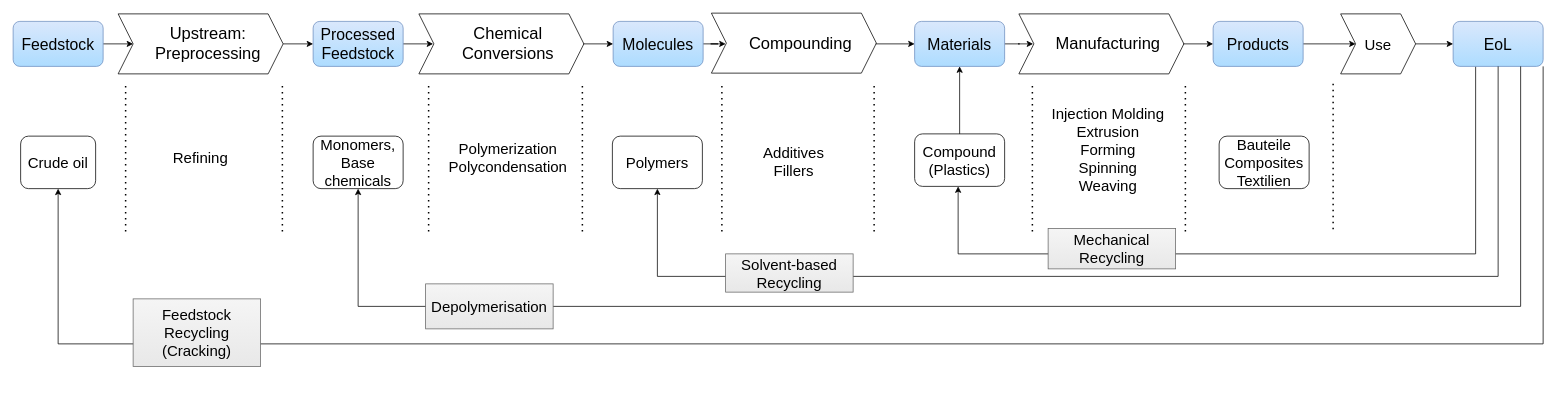
Earlier version of the draw.io diagram DT-ValueChain.drawio (kay-squared/PyTorchLearn). Source tidied: cells renumbered, new cells numbered last; positions are measured from the earlier drawing's top-left corner, leaving out a move shared by most shapes. Both pictures are drawn from the tidied source at 75%, with x=0, y=0 at pixel (13, 13).
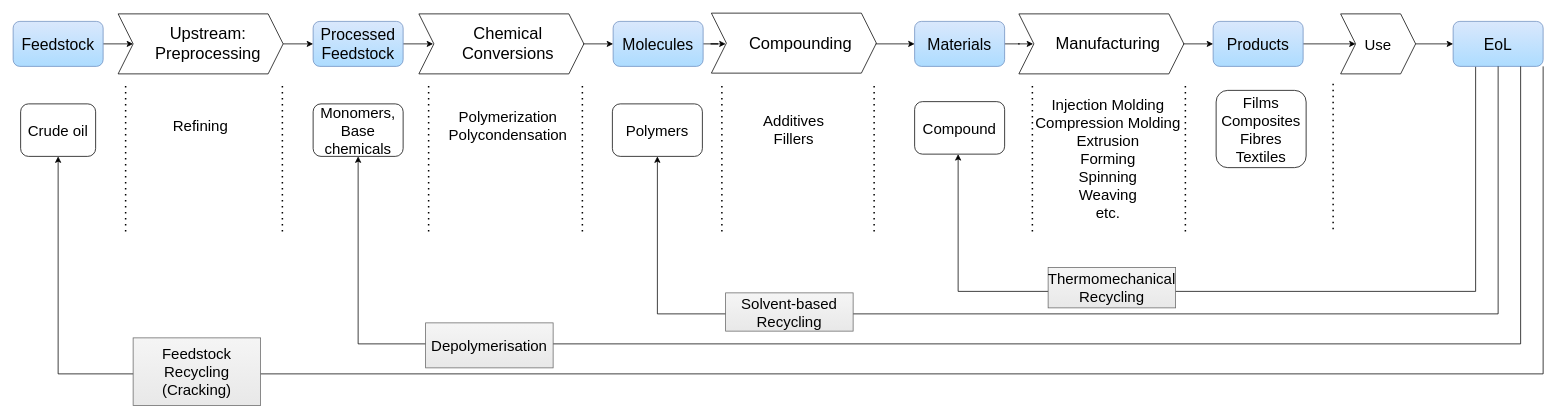
The same page after the edit.

The change refers to these unchanged cells:
```xml
<mxCell id="9" value="Materials" style="rounded=1;whiteSpace=wrap;html=1;fontSize=21;fontFamily=Rubik light;fillColor=#DAE8FC;strokeColor=#6c8ebf;gradientColor=#ADDCFF;" parent="1" vertex="1">
  <mxGeometry x="1202" y="11" width="120" height="60" as="geometry" />
</mxCell>
<mxCell id="43" value="EoL" style="rounded=1;whiteSpace=wrap;html=1;fontSize=21;fontFamily=Rubik light;fillColor=#DAE8FC;strokeColor=#6c8ebf;gradientColor=#ADDCFF;" parent="1" vertex="1">
  <mxGeometry x="1920" y="11" width="120" height="60" as="geometry" />
</mxCell>
```

What changed in the source:
```diff
@@
     <mxCell id="20" value="Crude oil" style="text;html=1;align=center;verticalAlign=middle;whiteSpace=wrap;rounded=1;fontFamily=Rubik light;fontSize=20;strokeColor=default;" parent="1" vertex="1">
-      <mxGeometry x="10" y="164" width="100" height="70" as="geometry" />
+      <mxGeometry x="10" y="121" width="100" height="70" as="geometry" />
     </mxCell>
     <mxCell id="21" value="Monomers, Base chemicals" style="text;html=1;align=center;verticalAlign=middle;whiteSpace=wrap;rounded=1;fontFamily=Rubik light;fontSize=20;fillColor=default;strokeColor=default;" parent="1" vertex="1">
-      <mxGeometry x="400" y="164" width="120" height="70" as="geometry" />
+      <mxGeometry x="400" y="121" width="120" height="70" as="geometry" />
     </mxCell>
     <mxCell id="22" value="Refining" style="text;html=1;align=center;verticalAlign=middle;whiteSpace=wrap;rounded=0;fontSize=20;fontFamily=Rubik light;" parent="1" vertex="1">
-      <mxGeometry x="150" y="172" width="200" height="40" as="geometry" />
+      <mxGeometry x="150" y="129" width="200" height="40" as="geometry" />
     </mxCell>
     <mxCell id="23" value="Polymers" style="text;html=1;align=center;verticalAlign=middle;whiteSpace=wrap;rounded=1;fontFamily=Rubik light;fontSize=20;strokeColor=default;" parent="1" vertex="1">
-      <mxGeometry x="799" y="164" width="120" height="70" as="geometry" />
+      <mxGeometry x="799" y="121" width="120" height="70" as="geometry" />
     </mxCell>
-    <mxCell id="24" style="edgeStyle=orthogonalEdgeStyle;rounded=0;jettySize=auto;html=1;" parent="1" edge="1" source="25" target="9">
-      <mxGeometry relative="1" as="geometry" />
-    </mxCell>
-    <mxCell id="25" value="Compound (Plastics)" style="text;html=1;align=center;verticalAlign=middle;whiteSpace=wrap;rounded=1;fontFamily=Rubik light;fontSize=20;strokeColor=default;" parent="1" vertex="1">
-      <mxGeometry x="1202" y="161" width="120" height="70" as="geometry" />
+    <mxCell id="25" value="Compound" style="text;html=1;align=center;verticalAlign=middle;whiteSpace=wrap;rounded=1;fontFamily=Rubik light;fontSize=20;strokeColor=default;" parent="1" vertex="1">
+      <mxGeometry x="1202" y="118" width="120" height="70" as="geometry" />
     </mxCell>
-    <mxCell id="26" value="Bauteile&lt;div&gt;Composites&lt;br&gt;&lt;div&gt;Textilien&lt;/div&gt;&lt;/div&gt;" style="text;html=1;align=center;verticalAlign=middle;whiteSpace=wrap;rounded=1;fontFamily=Rubik light;fontSize=20;strokeColor=default;" parent="1" vertex="1">
-      <mxGeometry x="1608" y="164" width="120" height="70" as="geometry" />
+    <mxCell id="26" value="Films&lt;div&gt;Composites&lt;br&gt;&lt;div&gt;Fibres&lt;br&gt;&lt;div&gt;Textiles&lt;/div&gt;&lt;/div&gt;&lt;/div&gt;" style="text;html=1;align=center;verticalAlign=middle;whiteSpace=wrap;rounded=1;fontFamily=Rubik light;fontSize=20;strokeColor=default;" parent="1" vertex="1">
+      <mxGeometry x="1604" y="103" width="120" height="103" as="geometry" />
     </mxCell>
@@
     <mxCell id="39" value="Polymerization&lt;div&gt;Polycondensation&lt;/div&gt;" style="text;html=1;align=center;verticalAlign=middle;whiteSpace=wrap;rounded=0;fontSize=20;fontFamily=Rubik light;" parent="1" vertex="1">
-      <mxGeometry x="560" y="172" width="200" height="40" as="geometry" />
+      <mxGeometry x="560" y="129" width="200" height="40" as="geometry" />
     </mxCell>
     <mxCell id="40" value="Additives&lt;div&gt;Fillers&lt;/div&gt;" style="text;html=1;align=center;verticalAlign=middle;whiteSpace=wrap;rounded=0;fontSize=20;fontFamily=Rubik light;" parent="1" vertex="1">
-      <mxGeometry x="941" y="178" width="200" height="40" as="geometry" />
+      <mxGeometry x="941" y="135" width="200" height="40" as="geometry" />
     </mxCell>
-    <mxCell id="41" value="Injection Molding&lt;div&gt;Extrusion&lt;/div&gt;&lt;div&gt;Forming&lt;/div&gt;&lt;div&gt;Spinning&lt;/div&gt;&lt;div&gt;Weaving&lt;/div&gt;" style="text;html=1;align=center;verticalAlign=middle;whiteSpace=wrap;rounded=0;fontSize=20;fontFamily=Rubik light;" parent="1" vertex="1">
-      <mxGeometry x="1360" y="161" width="200" height="40" as="geometry" />
+    <mxCell id="41" value="Injection Molding&lt;div&gt;Compression Molding&lt;br&gt;&lt;div&gt;Extrusion&lt;/div&gt;&lt;div&gt;Forming&lt;/div&gt;&lt;div&gt;Spinning&lt;/div&gt;&lt;div&gt;Weaving&lt;/div&gt;&lt;/div&gt;&lt;div&gt;etc.&lt;/div&gt;" style="text;html=1;align=center;verticalAlign=middle;whiteSpace=wrap;rounded=0;fontSize=20;fontFamily=Rubik light;" parent="1" vertex="1">
+      <mxGeometry x="1360" y="171" width="200" height="43" as="geometry" />
     </mxCell>
     <mxCell id="42" style="edgeStyle=orthogonalEdgeStyle;rounded=0;jettySize=auto;html=1;fontFamily=Rubik light;fontSize=20;fontColor=default;exitX=0.25;exitY=1;exitDx=0;exitDy=0;" parent="1" edge="1" source="43" target="25">
       <mxGeometry relative="1" as="geometry">
         <Array as="points">
-          <mxPoint x="1950" y="321" />
-          <mxPoint x="1260" y="321" />
+          <mxPoint x="1950" y="371" />
+          <mxPoint x="1260" y="371" />
         </Array>
       </mxGeometry>
     </mxCell>
@@
     <mxCell id="47" style="edgeStyle=orthogonalEdgeStyle;rounded=0;jettySize=auto;html=1;fontFamily=Rubik light;fontSize=20;fontColor=default;exitX=0.5;exitY=1;exitDx=0;exitDy=0;entryX=0.5;entryY=1;entryDx=0;entryDy=0;" parent="1" edge="1" source="43" target="23">
       <mxGeometry relative="1" as="geometry">
         <Array as="points">
-          <mxPoint x="1980" y="351" />
-          <mxPoint x="859" y="351" />
+          <mxPoint x="1980" y="401" />
+          <mxPoint x="859" y="401" />
         </Array>
       </mxGeometry>
     </mxCell>
     <mxCell id="48" style="edgeStyle=orthogonalEdgeStyle;rounded=0;jettySize=auto;html=1;fontFamily=Rubik light;fontSize=20;fontColor=default;exitX=0.75;exitY=1;exitDx=0;exitDy=0;entryX=0.5;entryY=1;entryDx=0;entryDy=0;" parent="1" edge="1" source="43" target="21">
       <mxGeometry relative="1" as="geometry">
         <Array as="points">
-          <mxPoint x="2010" y="391" />
-          <mxPoint x="460" y="391" />
+          <mxPoint x="2010" y="441" />
+          <mxPoint x="460" y="441" />
         </Array>
       </mxGeometry>
     </mxCell>
     <mxCell id="49" style="edgeStyle=orthogonalEdgeStyle;rounded=0;jettySize=auto;html=1;fontFamily=Rubik light;fontSize=20;fontColor=default;exitX=1;exitY=1;exitDx=0;exitDy=0;entryX=0.5;entryY=1;entryDx=0;entryDy=0;" parent="1" edge="1" source="43" target="20">
       <mxGeometry relative="1" as="geometry">
         <Array as="points">
-          <mxPoint x="2040" y="441" />
-          <mxPoint x="60" y="441" />
+          <mxPoint x="2040" y="481" />
+          <mxPoint x="60" y="481" />
         </Array>
       </mxGeometry>
     </mxCell>
     <mxCell id="50" value="Feedstock Recycling (Cracking)" style="text;html=1;align=center;verticalAlign=middle;whiteSpace=wrap;rounded=0;fontFamily=Rubik light;fontSize=20;fillColor=#f5f5f5;gradientColor=#E8E8E8;strokeColor=#666666;" parent="1" vertex="1">
-      <mxGeometry x="160" y="381" width="170" height="90" as="geometry" />
+      <mxGeometry x="160" y="433" width="170" height="90" as="geometry" />
     </mxCell>
     <mxCell id="51" value="Depolymerisation" style="text;html=1;align=center;verticalAlign=middle;whiteSpace=wrap;rounded=0;fontFamily=Rubik light;fontSize=20;fillColor=#f5f5f5;gradientColor=#E8E8E8;strokeColor=#666666;" parent="1" vertex="1">
-      <mxGeometry x="550" y="361" width="170" height="60" as="geometry" />
+      <mxGeometry x="550" y="413" width="170" height="60" as="geometry" />
     </mxCell>
     <mxCell id="52" value="Solvent-based Recycling" style="text;html=1;align=center;verticalAlign=middle;whiteSpace=wrap;rounded=0;fontFamily=Rubik light;fontSize=20;fillColor=#f5f5f5;gradientColor=#E8E8E8;strokeColor=#666666;" parent="1" vertex="1">
-      <mxGeometry x="950" y="321" width="170" height="51" as="geometry" />
+      <mxGeometry x="950" y="373" width="170" height="51" as="geometry" />
     </mxCell>
-    <mxCell id="53" value="Mechanical Recycling" style="text;html=1;align=center;verticalAlign=middle;whiteSpace=wrap;rounded=0;fontFamily=Rubik light;fontSize=20;fillColor=#f5f5f5;gradientColor=#E8E8E8;strokeColor=#666666;" parent="1" vertex="1">
-      <mxGeometry x="1380" y="287" width="170" height="54" as="geometry" />
+    <mxCell id="53" value="Thermomechanical Recycling" style="text;html=1;align=center;verticalAlign=middle;whiteSpace=wrap;rounded=0;fontFamily=Rubik light;fontSize=20;fillColor=#f5f5f5;gradientColor=#E8E8E8;strokeColor=#666666;" parent="1" vertex="1">
+      <mxGeometry x="1380" y="339" width="170" height="54" as="geometry" />
     </mxCell>
```
